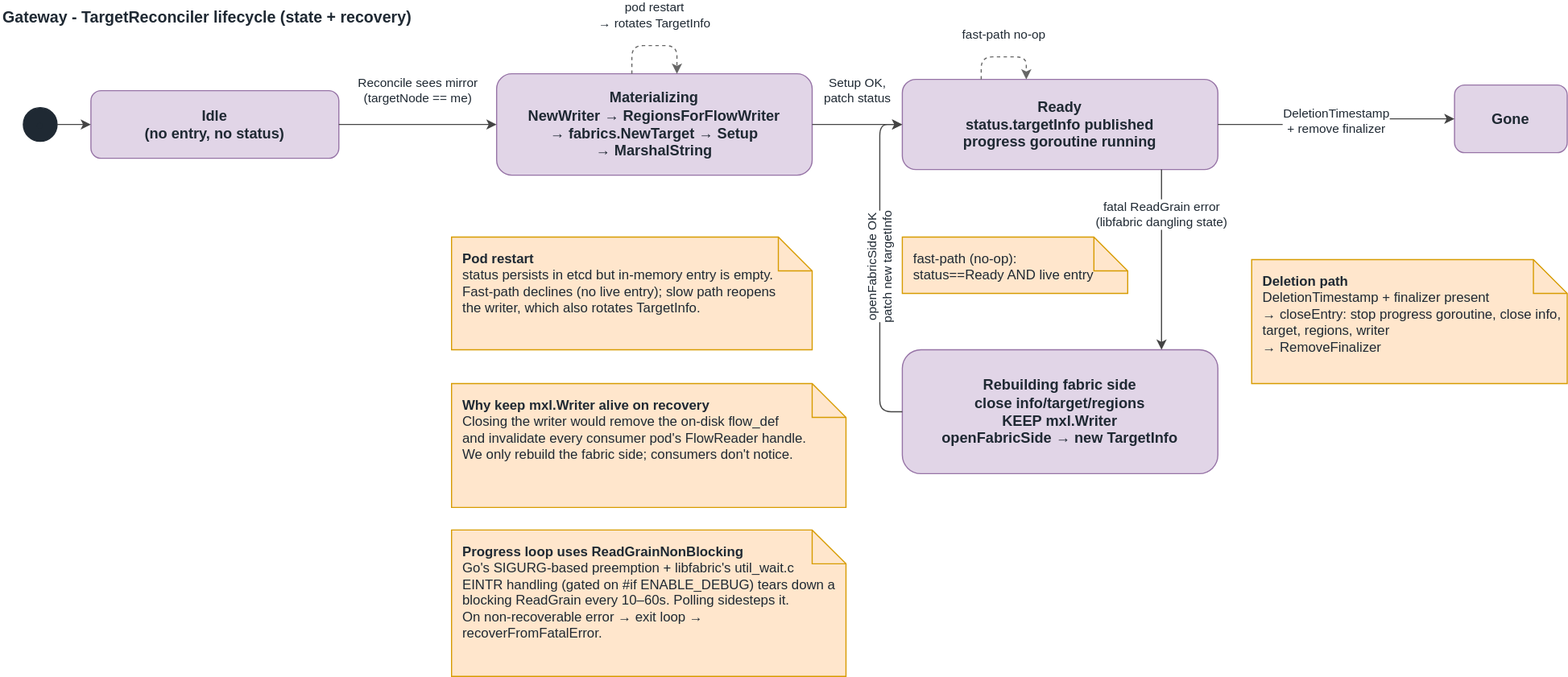
Above: docs/architecture/diagrams/02-gateway-lifecycle.drawio.svg in qvest-digital/mxl-k8s (draw.io), before the change. Source tidied: cells renumbered, new cells last; positions are measured from the earlier drawing's top-left corner, leaving out a move shared by most shapes. The source it was exported from:
```xml
<mxGraphModel>
  <root>
    <mxCell id="0" />
    <mxCell id="1" parent="0" />
    <mxCell id="2" value="Gateway - TargetReconciler lifecycle (state + recovery)" style="text;html=1;align=left;verticalAlign=middle;fontSize=14;fontStyle=1;fontColor=#1f2933;" parent="1" vertex="1">
      <mxGeometry width="1000" height="30" as="geometry" />
    </mxCell>
    <mxCell id="3" value="●" style="ellipse;fillColor=#1f2933;strokeColor=#1f2933;fontColor=#1f2933;" parent="1" vertex="1">
      <mxGeometry x="20" y="95" width="30" height="30" as="geometry" />
    </mxCell>
    <mxCell id="4" value="Idle&#10;(no entry, no status)" style="rounded=1;whiteSpace=wrap;html=1;fillColor=#e1d5e7;strokeColor=#9673a6;align=center;verticalAlign=middle;fontStyle=1;fontSize=13;fontColor=#1f2933;" parent="1" vertex="1">
      <mxGeometry x="80" y="80" width="220" height="60" as="geometry" />
    </mxCell>
    <mxCell id="5" value="Materializing&#10;NewWriter → RegionsForFlowWriter&#10;→ fabrics.NewTarget → Setup&#10;→ MarshalString" style="rounded=1;whiteSpace=wrap;html=1;fillColor=#e1d5e7;strokeColor=#9673a6;align=center;verticalAlign=middle;fontStyle=1;fontSize=13;fontColor=#1f2933;" parent="1" vertex="1">
      <mxGeometry x="440" y="65" width="280" height="90" as="geometry" />
    </mxCell>
    <mxCell id="6" value="Ready&#10;status.targetInfo published&#10;progress goroutine running" style="rounded=1;whiteSpace=wrap;html=1;fillColor=#e1d5e7;strokeColor=#9673a6;align=center;verticalAlign=middle;fontStyle=1;fontSize=13;fontColor=#1f2933;" parent="1" vertex="1">
      <mxGeometry x="800" y="70" width="280" height="80" as="geometry" />
    </mxCell>
    <mxCell id="7" value="Rebuilding fabric side&#10;close info/target/regions&#10;KEEP mxl.Writer&#10;openFabricSide → new TargetInfo" style="rounded=1;whiteSpace=wrap;html=1;fillColor=#e1d5e7;strokeColor=#9673a6;align=center;verticalAlign=middle;fontStyle=1;fontSize=13;fontColor=#1f2933;" parent="1" vertex="1">
      <mxGeometry x="800" y="310" width="280" height="110" as="geometry" />
    </mxCell>
    <mxCell id="8" value="Gone" style="rounded=1;whiteSpace=wrap;html=1;fillColor=#e1d5e7;strokeColor=#9673a6;align=center;verticalAlign=middle;fontStyle=1;fontSize=13;fontColor=#1f2933;" parent="1" vertex="1">
      <mxGeometry x="1290" y="75" width="100" height="60" as="geometry" />
    </mxCell>
    <mxCell id="9" value="fast-path (no-op):&#10;status==Ready AND live entry" style="shape=note;whiteSpace=wrap;html=1;fillColor=#ffe6cc;strokeColor=#d79b00;align=left;verticalAlign=top;spacingLeft=8;spacingTop=6;fontColor=#1f2933;" parent="1" vertex="1">
      <mxGeometry x="800" y="210" width="200" height="50" as="geometry" />
    </mxCell>
    <mxCell id="10" value="&lt;b&gt;Pod restart&lt;/b&gt;&lt;br&gt;status persists in etcd but in-memory entry is empty.&lt;br&gt;Fast-path declines (no live entry); slow path reopens&lt;br&gt;the writer, which also rotates TargetInfo." style="shape=note;whiteSpace=wrap;html=1;fillColor=#ffe6cc;strokeColor=#d79b00;align=left;verticalAlign=top;spacingLeft=8;spacingTop=6;fontColor=#1f2933;" parent="1" vertex="1">
      <mxGeometry x="400" y="210" width="320" height="100" as="geometry" />
    </mxCell>
    <mxCell id="11" value="&lt;b&gt;Deletion path&lt;/b&gt;&lt;br&gt;DeletionTimestamp + finalizer present&lt;br&gt;→ closeEntry: stop progress goroutine, close info,&lt;br&gt;&amp;nbsp;&amp;nbsp;target, regions, writer&lt;br&gt;→ RemoveFinalizer" style="shape=note;whiteSpace=wrap;html=1;fillColor=#ffe6cc;strokeColor=#d79b00;align=left;verticalAlign=top;spacingLeft=8;spacingTop=6;fontColor=#1f2933;" parent="1" vertex="1">
      <mxGeometry x="1110" y="230" width="280" height="110" as="geometry" />
    </mxCell>
    <mxCell id="12" value="&lt;b&gt;Why keep mxl.Writer alive on recovery&lt;/b&gt;&lt;br&gt;Closing the writer would remove the on-disk flow_def&lt;br&gt;and invalidate every consumer pod's FlowReader handle.&lt;br&gt;We only rebuild the fabric side; consumers don't notice." style="shape=note;whiteSpace=wrap;html=1;fillColor=#ffe6cc;strokeColor=#d79b00;align=left;verticalAlign=top;spacingLeft=8;spacingTop=6;fontColor=#1f2933;" parent="1" vertex="1">
      <mxGeometry x="400" y="340" width="350" height="110" as="geometry" />
    </mxCell>
    <mxCell id="13" value="&lt;b&gt;Progress loop uses ReadGrainNonBlocking&lt;/b&gt;&lt;br&gt;Go's SIGURG-based preemption + libfabric's util_wait.c&lt;br&gt;EINTR handling (gated on #if ENABLE_DEBUG) tears down a&lt;br&gt;blocking ReadGrain every 10–60s. Polling sidesteps it.&lt;br&gt;On non-recoverable error → exit loop → recoverFromFatalError." style="shape=note;whiteSpace=wrap;html=1;fillColor=#ffe6cc;strokeColor=#d79b00;align=left;verticalAlign=top;spacingLeft=8;spacingTop=6;fontColor=#1f2933;" parent="1" vertex="1">
      <mxGeometry x="400" y="470" width="350" height="130" as="geometry" />
    </mxCell>
    <mxCell id="14" style="edgeStyle=orthogonalEdgeStyle;rounded=1;html=1;endArrow=classic;strokeColor=#444444;labelBackgroundColor=#ffffff;fontColor=#1f2933;" parent="1" edge="1" source="3" target="4">
      <mxGeometry relative="1" as="geometry" />
    </mxCell>
    <mxCell id="15" value="Reconcile sees mirror&#10;(targetNode == me)" style="edgeStyle=orthogonalEdgeStyle;rounded=1;html=1;endArrow=classic;strokeColor=#444444;labelBackgroundColor=#ffffff;fontColor=#1f2933;" parent="1" edge="1" source="4" target="5">
      <mxGeometry y="30" relative="1" as="geometry" />
    </mxCell>
    <mxCell id="16" value="Setup OK,&#10;patch status" style="edgeStyle=orthogonalEdgeStyle;rounded=1;html=1;endArrow=classic;strokeColor=#444444;labelBackgroundColor=#ffffff;fontColor=#1f2933;" parent="1" edge="1" source="5" target="6">
      <mxGeometry y="30" relative="1" as="geometry" />
    </mxCell>
    <mxCell id="17" value="fast-path no-op" style="edgeStyle=orthogonalEdgeStyle;rounded=1;html=1;endArrow=classic;strokeColor=#666666;dashed=1;labelBackgroundColor=#ffffff;fontColor=#1f2933;" parent="1" edge="1" source="6" target="6">
      <mxGeometry y="20" relative="1" as="geometry">
        <Array as="points">
          <mxPoint x="870" y="50" />
          <mxPoint x="910" y="50" />
        </Array>
      </mxGeometry>
    </mxCell>
    <mxCell id="18" value="fatal ReadGrain error&#10;(libfabric dangling state)" style="edgeStyle=orthogonalEdgeStyle;rounded=1;html=1;endArrow=classic;strokeColor=#444444;labelBackgroundColor=#ffffff;fontColor=#1f2933;" parent="1" edge="1" source="6" target="7">
      <mxGeometry x="-0.5" relative="1" as="geometry">
        <Array as="points">
          <mxPoint x="1030" y="280" />
          <mxPoint x="1030" y="280" />
        </Array>
      </mxGeometry>
    </mxCell>
    <mxCell id="19" value="openFabricSide OK&#10;patch new targetInfo" style="edgeStyle=orthogonalEdgeStyle;rounded=1;html=1;endArrow=classic;strokeColor=#444444;labelBackgroundColor=#ffffff;fontColor=#1f2933;horizontal=0;" parent="1" edge="1" source="7" target="6">
      <mxGeometry relative="1" as="geometry">
        <Array as="points">
          <mxPoint x="780" y="365" />
          <mxPoint x="780" y="110" />
        </Array>
      </mxGeometry>
    </mxCell>
    <mxCell id="20" value="DeletionTimestamp&#10;+ remove finalizer" style="edgeStyle=orthogonalEdgeStyle;rounded=1;html=1;endArrow=classic;strokeColor=#444444;labelBackgroundColor=#ffffff;fontColor=#1f2933;" parent="1" edge="1" source="6" target="8">
      <mxGeometry relative="1" as="geometry" />
    </mxCell>
    <mxCell id="21" value="pod restart&#10;→ rotates TargetInfo" style="edgeStyle=orthogonalEdgeStyle;rounded=1;html=1;endArrow=classic;strokeColor=#666666;dashed=1;labelBackgroundColor=#ffffff;fontColor=#1f2933;" parent="1" edge="1" source="5" target="5">
      <mxGeometry y="27" relative="1" as="geometry">
        <Array as="points">
          <mxPoint x="560" y="40" />
        </Array>
      </mxGeometry>
    </mxCell>
  </root>
</mxGraphModel>
```
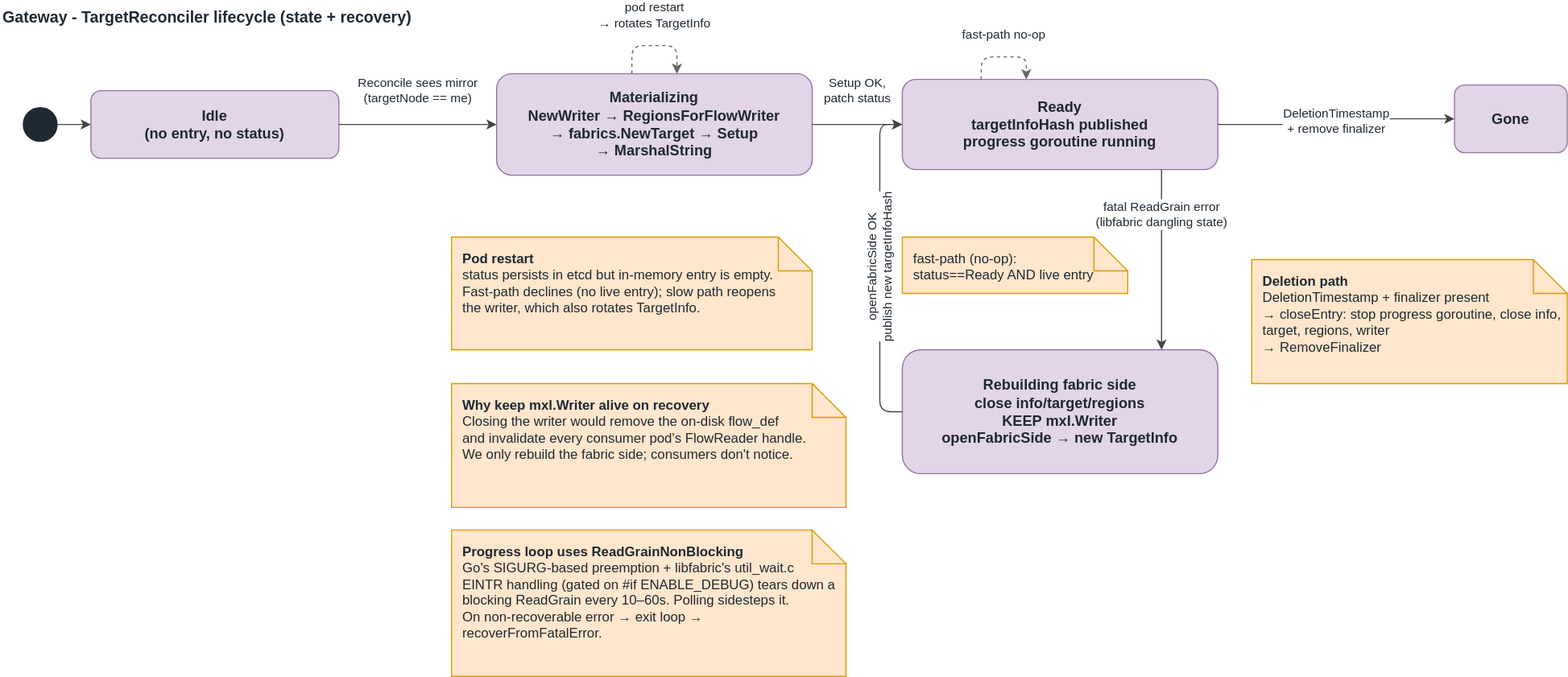
After the commit.

Diff of the diagram source:
```diff
@@ -14,7 +14,7 @@
     <mxCell id="5" value="Materializing&#10;NewWriter → RegionsForFlowWriter&#10;→ fabrics.NewTarget → Setup&#10;→ MarshalString" style="rounded=1;whiteSpace=wrap;html=1;fillColor=#e1d5e7;strokeColor=#9673a6;align=center;verticalAlign=middle;fontStyle=1;fontSize=13;fontColor=#1f2933;" parent="1" vertex="1">
       <mxGeometry x="440" y="65" width="280" height="90" as="geometry" />
     </mxCell>
-    <mxCell id="6" value="Ready&#10;status.targetInfo published&#10;progress goroutine running" style="rounded=1;whiteSpace=wrap;html=1;fillColor=#e1d5e7;strokeColor=#9673a6;align=center;verticalAlign=middle;fontStyle=1;fontSize=13;fontColor=#1f2933;" parent="1" vertex="1">
+    <mxCell id="6" value="Ready&#10;targetInfoHash published&#10;progress goroutine running" style="rounded=1;whiteSpace=wrap;html=1;fillColor=#e1d5e7;strokeColor=#9673a6;align=center;verticalAlign=middle;fontStyle=1;fontSize=13;fontColor=#1f2933;" parent="1" vertex="1">
       <mxGeometry x="800" y="70" width="280" height="80" as="geometry" />
     </mxCell>
     <mxCell id="7" value="Rebuilding fabric side&#10;close info/target/regions&#10;KEEP mxl.Writer&#10;openFabricSide → new TargetInfo" style="rounded=1;whiteSpace=wrap;html=1;fillColor=#e1d5e7;strokeColor=#9673a6;align=center;verticalAlign=middle;fontStyle=1;fontSize=13;fontColor=#1f2933;" parent="1" vertex="1">
@@ -63,7 +63,7 @@
         </Array>
       </mxGeometry>
     </mxCell>
-    <mxCell id="19" value="openFabricSide OK&#10;patch new targetInfo" style="edgeStyle=orthogonalEdgeStyle;rounded=1;html=1;endArrow=classic;strokeColor=#444444;labelBackgroundColor=#ffffff;fontColor=#1f2933;horizontal=0;" parent="1" edge="1" source="7" target="6">
+    <mxCell id="19" value="openFabricSide OK&#10;publish new targetInfoHash" style="edgeStyle=orthogonalEdgeStyle;rounded=1;html=1;endArrow=classic;strokeColor=#444444;labelBackgroundColor=#ffffff;fontColor=#1f2933;horizontal=0;" parent="1" edge="1" source="7" target="6">
       <mxGeometry relative="1" as="geometry">
         <Array as="points">
           <mxPoint x="780" y="365" />
```
